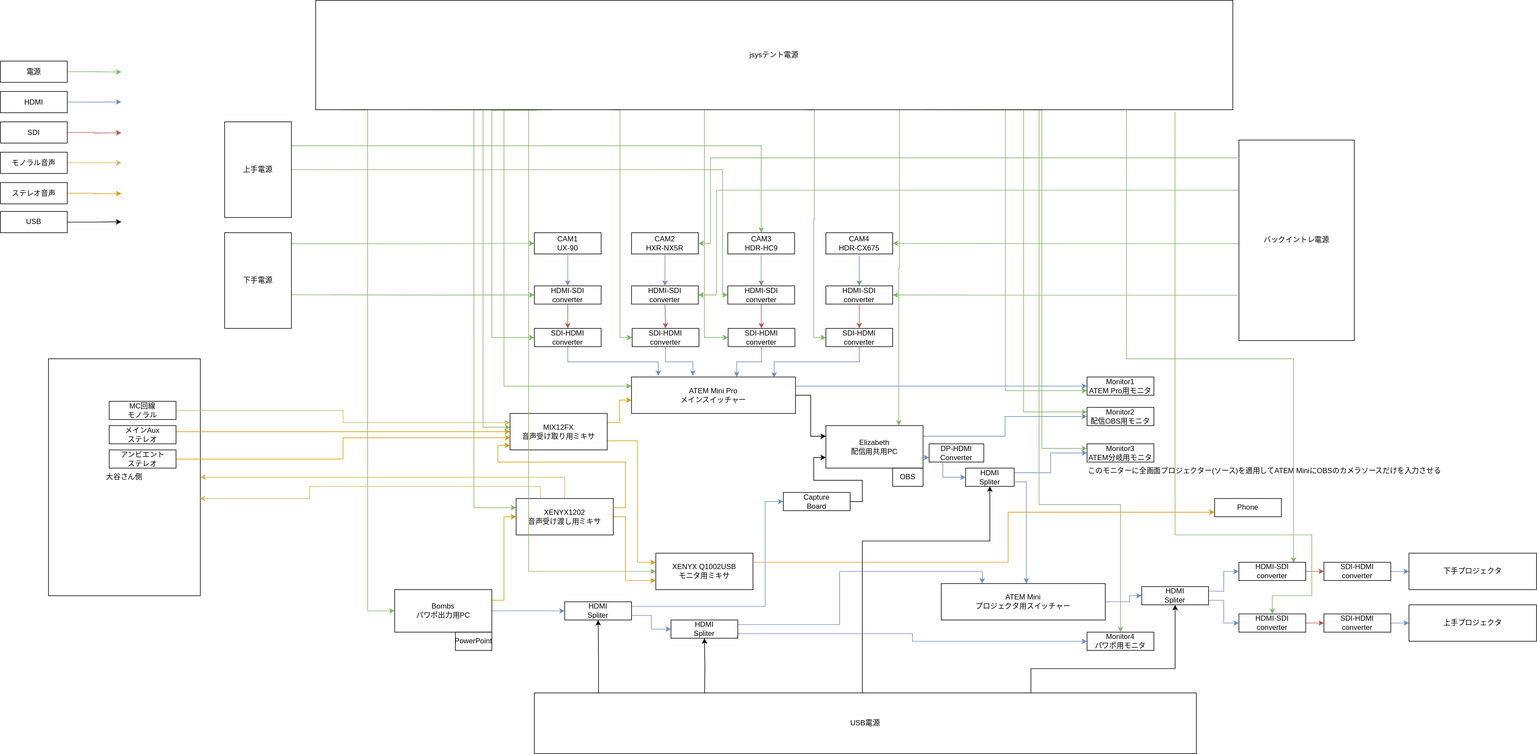
dolceWFC/sohosai-eizou-live-wiring keeps this draw.io diagram as drawio-svg/jsys23-eizou-wiring.drawio.svg. Above is the earlier version. Source tidied: cells renumbered, new cells last; positions are measured from the earlier drawing's top-left corner, leaving out a move shared by most shapes.
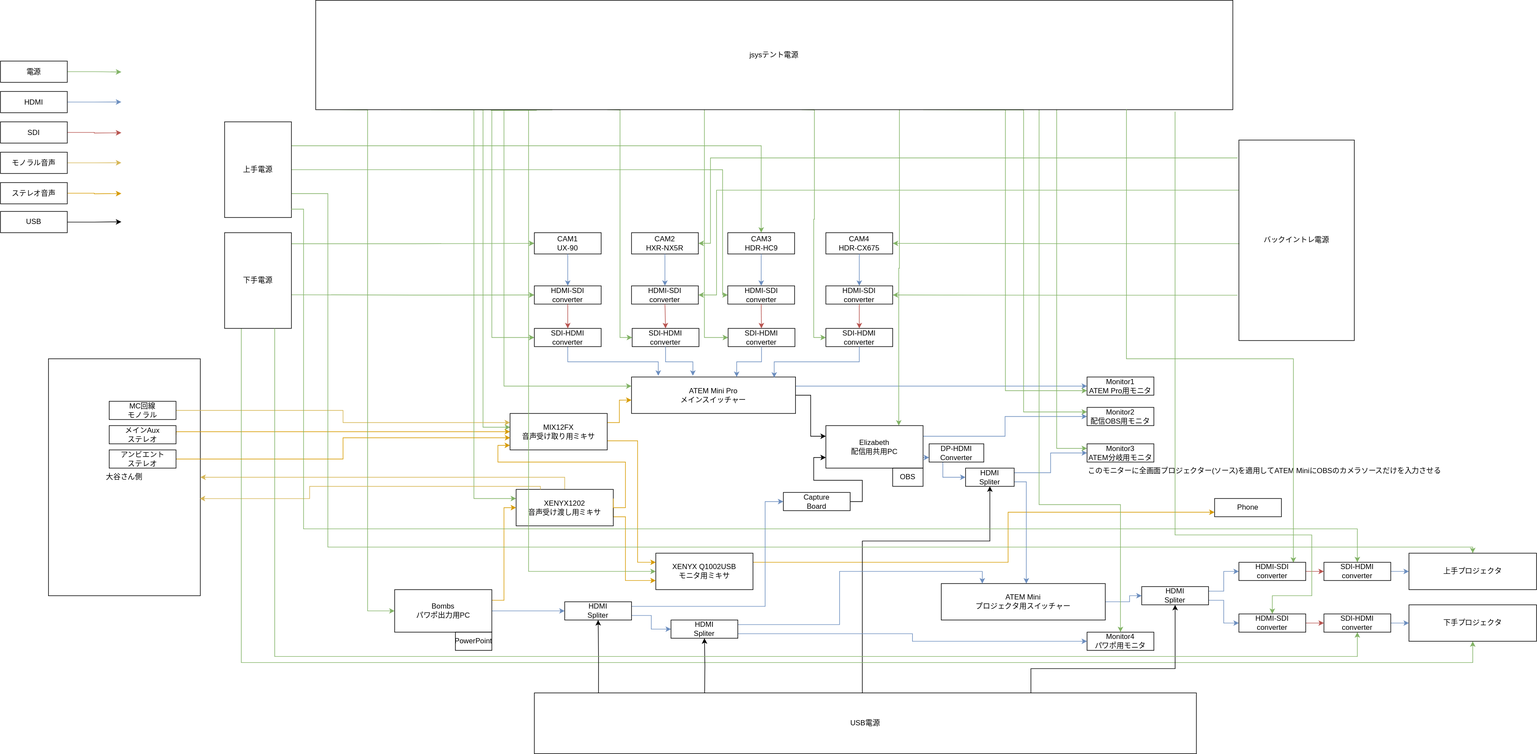
After the change.

Commit message:
jsys23-eizou-wiring.drawio.svg を更新します

Diff of the diagram source:
```diff
@@ -239,7 +239,7 @@
       </mxGeometry>
     </mxCell>
     <mxCell id="60" value="XENYX1202&lt;br&gt;音声受け渡し用ミキサ" style="text;html=1;strokeColor=default;fillColor=none;align=center;verticalAlign=middle;whiteSpace=wrap;rounded=0;" parent="1" vertex="1">
-      <mxGeometry x="849" y="820" width="160" height="60" as="geometry" />
+      <mxGeometry x="849" y="805" width="160" height="60" as="geometry" />
     </mxCell>
     <mxCell id="61" style="edgeStyle=orthogonalEdgeStyle;rounded=0;jettySize=auto;html=1;exitX=1;exitY=0.25;exitDx=0;exitDy=0;entryX=0;entryY=0.5;entryDx=0;entryDy=0;fillColor=#ffe6cc;strokeColor=#d79b00;" parent="1" edge="1" source="64" target="60">
       <mxGeometry relative="1" as="geometry" />
@@ -313,9 +313,12 @@
     <mxCell id="75" value="Monitor2&lt;br&gt;配信OBS用モニタ" style="text;html=1;strokeColor=default;fillColor=none;align=center;verticalAlign=middle;whiteSpace=wrap;rounded=0;" parent="1" vertex="1">
       <mxGeometry x="1789" y="670" width="110" height="30" as="geometry" />
     </mxCell>
-    <mxCell id="76" style="edgeStyle=orthogonalEdgeStyle;rounded=0;jettySize=auto;html=1;exitX=0;exitY=0.25;exitDx=0;exitDy=0;fillColor=#d5e8d4;strokeColor=#82b366;entryX=0;entryY=0.25;entryDx=0;entryDy=0;" parent="1" edge="1" target="77">
+    <mxCell id="76" style="edgeStyle=orthogonalEdgeStyle;rounded=0;jettySize=auto;html=1;exitX=0.807;exitY=1;exitDx=0;exitDy=0;fillColor=#d5e8d4;strokeColor=#82b366;entryX=0;entryY=0.25;entryDx=0;entryDy=0;exitPerimeter=0;" parent="1" edge="1" source="97" target="77">
       <mxGeometry relative="1" as="geometry">
-        <mxPoint x="1639" y="180" as="sourcePoint" />
+        <Array as="points">
+          <mxPoint x="1739" y="180" />
+          <mxPoint x="1739" y="738" />
+        </Array>
       </mxGeometry>
     </mxCell>
     <mxCell id="77" value="Monitor3&lt;br&gt;ATEM分岐用モニタ" style="text;html=1;strokeColor=default;fillColor=none;align=center;verticalAlign=middle;whiteSpace=wrap;rounded=0;" parent="1" vertex="1">
@@ -341,10 +344,27 @@
     <mxCell id="82" value="HDMI&lt;br&gt;Spliter" style="text;html=1;strokeColor=default;fillColor=none;align=center;verticalAlign=middle;whiteSpace=wrap;rounded=0;" parent="1" vertex="1">
       <mxGeometry x="1879" y="965" width="110" height="30" as="geometry" />
     </mxCell>
+    <mxCell id="133" style="edgeStyle=orthogonalEdgeStyle;rounded=0;jettySize=auto;html=1;exitX=1;exitY=0.75;exitDx=0;exitDy=0;entryX=0.5;entryY=0;entryDx=0;entryDy=0;fillColor=#d5e8d4;strokeColor=#82b366;" parent="1" edge="1" source="101" target="83">
+      <mxGeometry relative="1" as="geometry">
+        <Array as="points">
+          <mxPoint x="539" y="318" />
+          <mxPoint x="539" y="900" />
+          <mxPoint x="2424" y="900" />
+        </Array>
+      </mxGeometry>
+    </mxCell>
-    <mxCell id="83" value="下手プロジェクタ" style="text;html=1;strokeColor=default;fillColor=none;align=center;verticalAlign=middle;whiteSpace=wrap;rounded=0;" parent="1" vertex="1">
+    <mxCell id="83" value="上手プロジェクタ" style="text;html=1;strokeColor=default;fillColor=none;align=center;verticalAlign=middle;whiteSpace=wrap;rounded=0;" parent="1" vertex="1">
       <mxGeometry x="2319" y="910" width="210" height="60" as="geometry" />
     </mxCell>
+    <mxCell id="134" style="edgeStyle=orthogonalEdgeStyle;rounded=0;jettySize=auto;html=1;exitX=0.25;exitY=1;exitDx=0;exitDy=0;entryX=0.5;entryY=1;entryDx=0;entryDy=0;fillColor=#d5e8d4;strokeColor=#82b366;" parent="1" edge="1" source="100" target="84">
+      <mxGeometry relative="1" as="geometry">
+        <Array as="points">
+          <mxPoint x="397" y="1090" />
+          <mxPoint x="2424" y="1090" />
+        </Array>
+      </mxGeometry>
+    </mxCell>
-    <mxCell id="84" value="上手プロジェクタ" style="text;html=1;strokeColor=default;fillColor=none;align=center;verticalAlign=middle;whiteSpace=wrap;rounded=0;" parent="1" vertex="1">
+    <mxCell id="84" value="下手プロジェクタ" style="text;html=1;strokeColor=default;fillColor=none;align=center;verticalAlign=middle;whiteSpace=wrap;rounded=0;" parent="1" vertex="1">
       <mxGeometry x="2319" y="995" width="210" height="60" as="geometry" />
     </mxCell>
     <mxCell id="85" style="edgeStyle=orthogonalEdgeStyle;rounded=0;jettySize=auto;html=1;exitX=0.5;exitY=0;exitDx=0;exitDy=0;fillColor=#d5e8d4;strokeColor=#82b366;entryX=0.5;entryY=0;entryDx=0;entryDy=0;" parent="1" edge="1" target="86">
@@ -531,12 +551,30 @@
     <mxCell id="126" style="edgeStyle=orthogonalEdgeStyle;rounded=0;jettySize=auto;html=1;exitX=1;exitY=0.5;exitDx=0;exitDy=0;entryX=0;entryY=0.5;entryDx=0;entryDy=0;fillColor=#dae8fc;strokeColor=#6c8ebf;" parent="1" edge="1" source="127" target="83">
       <mxGeometry relative="1" as="geometry" />
     </mxCell>
+    <mxCell id="135" style="edgeStyle=orthogonalEdgeStyle;rounded=0;jettySize=auto;html=1;exitX=0.997;exitY=0.912;exitDx=0;exitDy=0;entryX=0.5;entryY=0;entryDx=0;entryDy=0;exitPerimeter=0;fillColor=#d5e8d4;strokeColor=#82b366;" parent="1" edge="1" source="101" target="127">
+      <mxGeometry relative="1" as="geometry">
+        <Array as="points">
+          <mxPoint x="479" y="344" />
+          <mxPoint x="499" y="344" />
+          <mxPoint x="499" y="870" />
+          <mxPoint x="2234" y="870" />
+        </Array>
+      </mxGeometry>
+    </mxCell>
     <mxCell id="127" value="SDI-HDMI&lt;br&gt;converter" style="text;html=1;strokeColor=default;fillColor=none;align=center;verticalAlign=middle;whiteSpace=wrap;rounded=0;" parent="1" vertex="1">
       <mxGeometry x="2179" y="925" width="110" height="30" as="geometry" />
     </mxCell>
     <mxCell id="128" style="edgeStyle=orthogonalEdgeStyle;rounded=0;jettySize=auto;html=1;exitX=1;exitY=0.5;exitDx=0;exitDy=0;entryX=0;entryY=0.5;entryDx=0;entryDy=0;fillColor=#dae8fc;strokeColor=#6c8ebf;" parent="1" edge="1" source="129" target="84">
       <mxGeometry relative="1" as="geometry" />
     </mxCell>
+    <mxCell id="136" style="edgeStyle=orthogonalEdgeStyle;rounded=0;jettySize=auto;html=1;exitX=0.75;exitY=1;exitDx=0;exitDy=0;entryX=0.5;entryY=1;entryDx=0;entryDy=0;fillColor=#d5e8d4;strokeColor=#82b366;" parent="1" edge="1" source="100" target="129">
+      <mxGeometry relative="1" as="geometry">
+        <Array as="points">
+          <mxPoint x="452" y="1080" />
+          <mxPoint x="2234" y="1080" />
+        </Array>
+      </mxGeometry>
+    </mxCell>
     <mxCell id="129" value="SDI-HDMI&lt;br&gt;converter" style="text;html=1;strokeColor=default;fillColor=none;align=center;verticalAlign=middle;whiteSpace=wrap;rounded=0;" parent="1" vertex="1">
       <mxGeometry x="2179" y="1010" width="110" height="30" as="geometry" />
     </mxCell>
```
